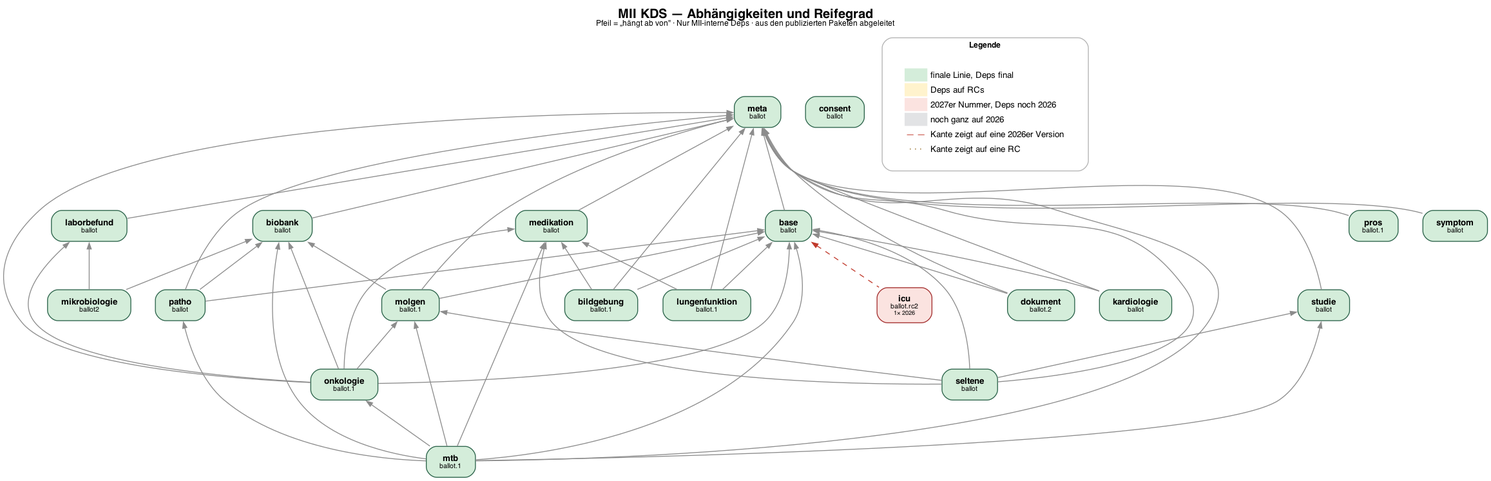
The Graphviz diagram status/dependency-graph.png in medizininformatik-initiative/kerndatensatz-complete, before a commit. Its source is kept beside it as status/dependency-graph.dot.
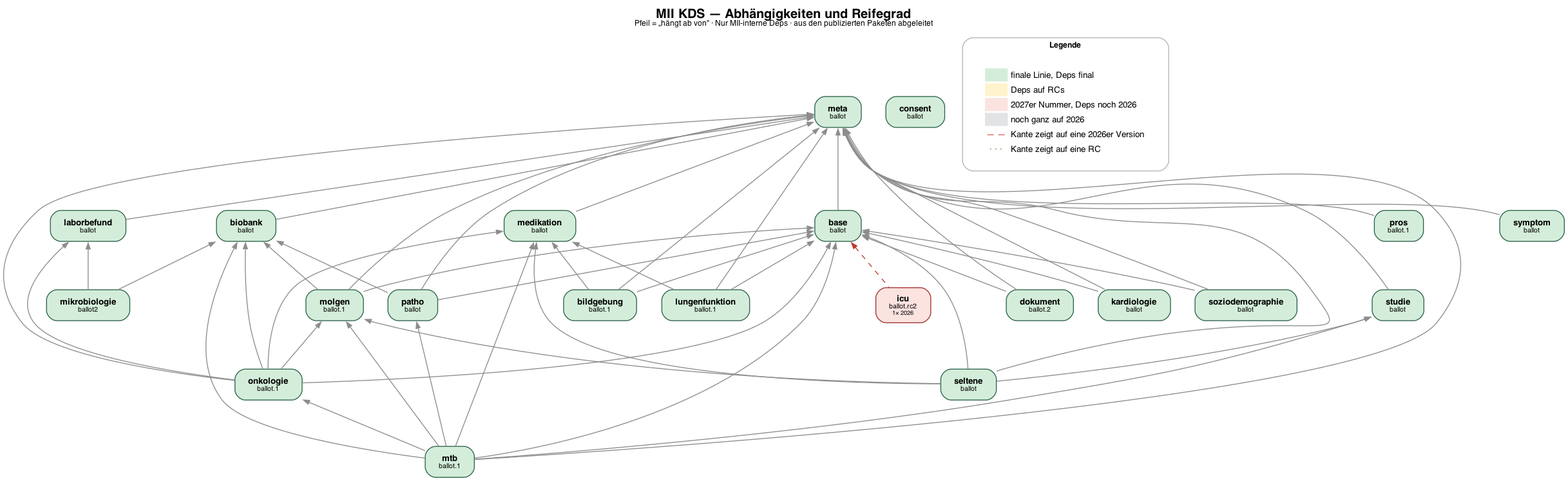
Later version of the same file.

What changed in the source:
```diff
@@ -21,6 +21,7 @@
   patho [label=<<B>patho</B><BR/><FONT POINT-SIZE="8">ballot</FONT>>, fillcolor="#d4edda", color="#2a6249"];
   pros [label=<<B>pros</B><BR/><FONT POINT-SIZE="8">ballot.1</FONT>>, fillcolor="#d4edda", color="#2a6249"];
   seltene [label=<<B>seltene</B><BR/><FONT POINT-SIZE="8">ballot</FONT>>, fillcolor="#d4edda", color="#2a6249"];
+  soziodemographie [label=<<B>soziodemographie</B><BR/><FONT POINT-SIZE="8">ballot</FONT>>, fillcolor="#d4edda", color="#2a6249"];
   studie [label=<<B>studie</B><BR/><FONT POINT-SIZE="8">ballot</FONT>>, fillcolor="#d4edda", color="#2a6249"];
   symptom [label=<<B>symptom</B><BR/><FONT POINT-SIZE="8">ballot</FONT>>, fillcolor="#d4edda", color="#2a6249"];
   icu [label=<<B>icu</B><BR/><FONT POINT-SIZE="8">ballot.rc2</FONT><BR/><FONT POINT-SIZE="7">1× 2026</FONT>>, fillcolor="#fbe3e0", color="#a32e2e"];
@@ -67,6 +68,8 @@
   meta -> seltene;
   molgen -> seltene;
   studie -> seltene;
+  base -> soziodemographie;
+  meta -> soziodemographie;
   meta -> studie;
   meta -> symptom;
 
```
